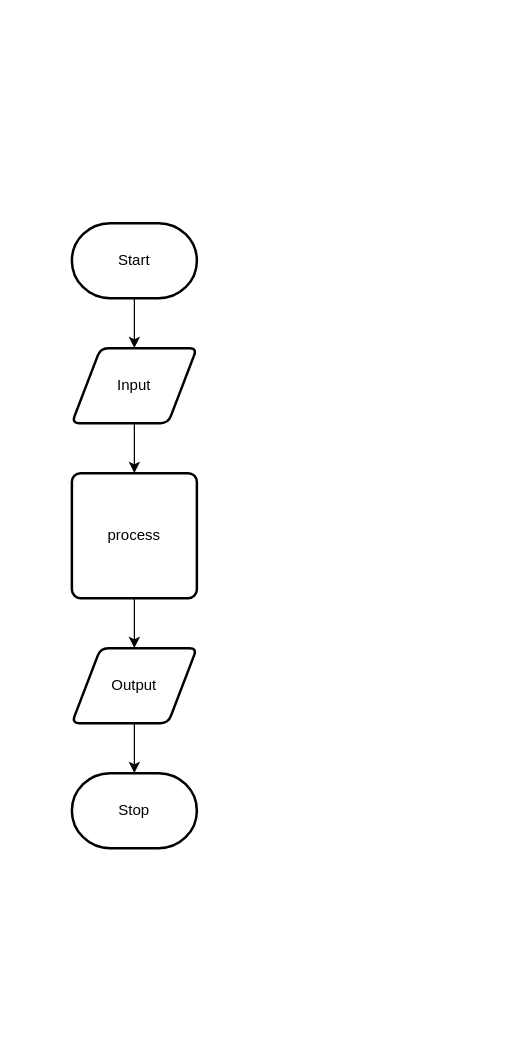
Above: design/flow-chart.drawio in sam-corbett/ICS2O-Unit5-02-JS (draw.io), before the change. Source tidied: cells renumbered, new cells numbered last; positions are measured from the earlier drawing's top-left corner, leaving out a move shared by most shapes. Both pictures are drawn from the tidied source at 125%, with x=0, y=0 at pixel (71, 222).
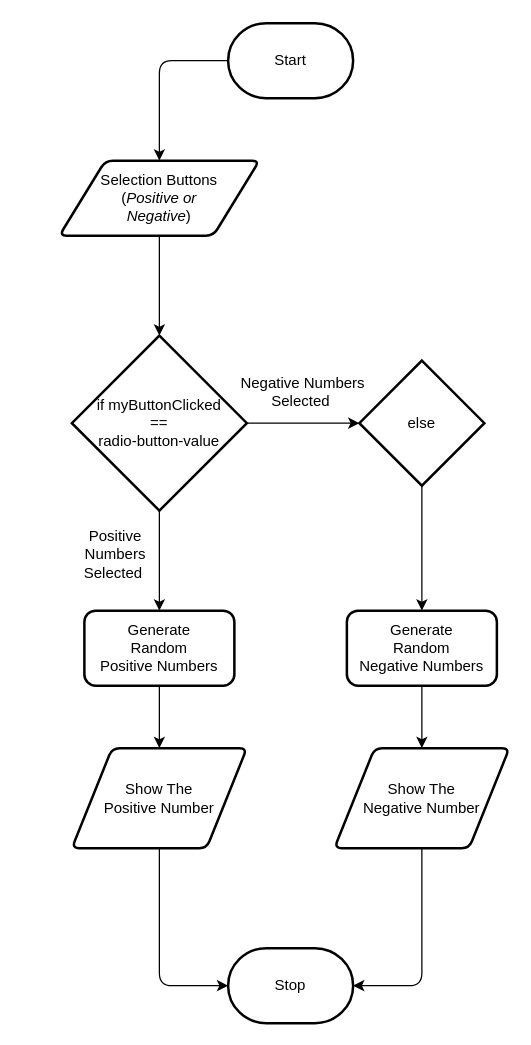
Above is the later version.

Diff of the diagram source:
```diff
@@
-    <mxCell id="2" style="edgeStyle=none;html=1;" parent="1" edge="1" source="3" target="5">
-      <mxGeometry relative="1" as="geometry" />
-    </mxCell>
+    <mxCell id="8" style="edgeStyle=none;html=1;" parent="1" edge="1" source="3" target="5">
+      <mxGeometry relative="1" as="geometry">
+        <Array as="points">
+          <mxPoint x="70" y="-130" />
+        </Array>
+      </mxGeometry>
+    </mxCell>
     <mxCell id="3" value="Start" style="strokeWidth=2;html=1;shape=mxgraph.flowchart.terminator;whiteSpace=wrap;" parent="1" vertex="1">
-      <mxGeometry width="100" height="60" as="geometry" />
+      <mxGeometry x="125" y="-160" width="100" height="60" as="geometry" />
     </mxCell>
-    <mxCell id="4" style="edgeStyle=none;html=1;" parent="1" edge="1" source="5" target="7">
-      <mxGeometry relative="1" as="geometry" />
-    </mxCell>
+    <mxCell id="11" style="edgeStyle=none;html=1;" parent="1" edge="1" source="5" target="14">
+      <mxGeometry relative="1" as="geometry" />
+    </mxCell>
-    <mxCell id="5" value="Input" style="shape=parallelogram;html=1;strokeWidth=2;perimeter=parallelogramPerimeter;whiteSpace=wrap;rounded=1;arcSize=12;size=0.23;" parent="1" vertex="1">
-      <mxGeometry y="100" width="100" height="60" as="geometry" />
+    <mxCell id="5" value="Selection Buttons&lt;br&gt;(&lt;i&gt;Positive or &lt;br&gt;Negative&lt;/i&gt;)" style="shape=parallelogram;html=1;strokeWidth=2;perimeter=parallelogramPerimeter;whiteSpace=wrap;rounded=1;arcSize=12;size=0.23;" parent="1" vertex="1">
+      <mxGeometry x="-10" y="-50" width="160" height="60" as="geometry" />
     </mxCell>
-    <mxCell id="6" style="edgeStyle=none;html=1;" parent="1" edge="1" source="7" target="9">
-      <mxGeometry relative="1" as="geometry" />
-    </mxCell>
-    <mxCell id="7" value="process" style="rounded=1;whiteSpace=wrap;html=1;absoluteArcSize=1;arcSize=14;strokeWidth=2;" parent="1" vertex="1">
-      <mxGeometry y="200" width="100" height="100" as="geometry" />
-    </mxCell>
-    <mxCell id="8" style="edgeStyle=none;html=1;" parent="1" edge="1" source="9" target="10">
-      <mxGeometry relative="1" as="geometry" />
-    </mxCell>
-    <mxCell id="9" value="Output" style="shape=parallelogram;html=1;strokeWidth=2;perimeter=parallelogramPerimeter;whiteSpace=wrap;rounded=1;arcSize=12;size=0.23;" parent="1" vertex="1">
-      <mxGeometry y="340" width="100" height="60" as="geometry" />
-    </mxCell>
     <mxCell id="10" value="Stop" style="strokeWidth=2;html=1;shape=mxgraph.flowchart.terminator;whiteSpace=wrap;" parent="1" vertex="1">
-      <mxGeometry y="440" width="100" height="60" as="geometry" />
+      <mxGeometry x="125" y="580" width="100" height="60" as="geometry" />
     </mxCell>
+    <mxCell id="12" style="edgeStyle=none;html=1;" parent="1" edge="1" source="14" target="17">
+      <mxGeometry relative="1" as="geometry" />
+    </mxCell>
+    <mxCell id="13" style="edgeStyle=none;html=1;" parent="1" edge="1" source="14" target="19">
+      <mxGeometry relative="1" as="geometry" />
+    </mxCell>
+    <mxCell id="14" value="if myButtonClicked&lt;br&gt;==&lt;br&gt;radio-button-value" style="strokeWidth=2;html=1;shape=mxgraph.flowchart.decision;whiteSpace=wrap;" parent="1" vertex="1">
+      <mxGeometry y="90" width="140" height="140" as="geometry" />
+    </mxCell>
+    <mxCell id="15" value="Positive &lt;br&gt;Numbers &lt;br&gt;Selected&amp;nbsp;" style="text;html=1;strokeColor=none;fillColor=none;align=center;verticalAlign=middle;whiteSpace=wrap;rounded=0;" parent="1" vertex="1">
+      <mxGeometry x="-40" y="250" width="150" height="30" as="geometry" />
+    </mxCell>
+    <mxCell id="16" style="edgeStyle=none;html=1;" parent="1" edge="1" source="17" target="26">
+      <mxGeometry relative="1" as="geometry" />
+    </mxCell>
+    <mxCell id="17" value="Generate&lt;br&gt;Random&lt;br&gt;Positive Numbers" style="rounded=1;whiteSpace=wrap;html=1;strokeWidth=2;" parent="1" vertex="1">
+      <mxGeometry x="10" y="310" width="120" height="60" as="geometry" />
+    </mxCell>
+    <mxCell id="18" style="edgeStyle=none;html=1;" parent="1" edge="1" source="19" target="22">
+      <mxGeometry relative="1" as="geometry" />
+    </mxCell>
+    <mxCell id="19" value="else" style="strokeWidth=2;html=1;shape=mxgraph.flowchart.decision;whiteSpace=wrap;" parent="1" vertex="1">
+      <mxGeometry x="230" y="110" width="100" height="100" as="geometry" />
+    </mxCell>
+    <mxCell id="20" value="Negative Numbers &lt;br&gt;Selected&amp;nbsp;" style="text;html=1;strokeColor=none;fillColor=none;align=center;verticalAlign=middle;whiteSpace=wrap;rounded=0;" parent="1" vertex="1">
+      <mxGeometry x="110" y="120" width="150" height="30" as="geometry" />
+    </mxCell>
+    <mxCell id="21" style="edgeStyle=none;html=1;" parent="1" edge="1" source="22" target="24">
+      <mxGeometry relative="1" as="geometry" />
+    </mxCell>
+    <mxCell id="22" value="Generate&lt;br&gt;Random&lt;br&gt;Negative Numbers" style="rounded=1;whiteSpace=wrap;html=1;strokeWidth=2;" parent="1" vertex="1">
+      <mxGeometry x="220" y="310" width="120" height="60" as="geometry" />
+    </mxCell>
+    <mxCell id="23" style="edgeStyle=none;html=1;entryX=1;entryY=0.5;entryDx=0;entryDy=0;entryPerimeter=0;" parent="1" edge="1" source="24" target="10">
+      <mxGeometry relative="1" as="geometry">
+        <Array as="points">
+          <mxPoint x="280" y="610" />
+        </Array>
+      </mxGeometry>
+    </mxCell>
+    <mxCell id="24" value="Show The&lt;br&gt;Negative Number" style="shape=parallelogram;html=1;strokeWidth=2;perimeter=parallelogramPerimeter;whiteSpace=wrap;rounded=1;arcSize=12;size=0.23;" parent="1" vertex="1">
+      <mxGeometry x="210" y="420" width="140" height="80" as="geometry" />
+    </mxCell>
+    <mxCell id="25" style="edgeStyle=none;html=1;entryX=0;entryY=0.5;entryDx=0;entryDy=0;entryPerimeter=0;" parent="1" edge="1" source="26" target="10">
+      <mxGeometry relative="1" as="geometry">
+        <Array as="points">
+          <mxPoint x="70" y="610" />
+        </Array>
+      </mxGeometry>
+    </mxCell>
+    <mxCell id="26" value="Show The&lt;br&gt;Positive Number" style="shape=parallelogram;html=1;strokeWidth=2;perimeter=parallelogramPerimeter;whiteSpace=wrap;rounded=1;arcSize=12;size=0.23;" parent="1" vertex="1">
+      <mxGeometry y="420" width="140" height="80" as="geometry" />
+    </mxCell>
```
